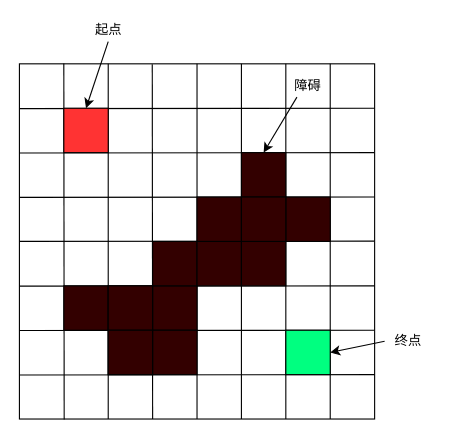
Earlier version of the draw.io diagram A星算法/寻路问题_图示1.drawio (yujiale98/draw.io). Source tidied: cells renumbered, new cells numbered last; positions are measured from the earlier drawing's top-left corner, leaving out a move shared by most shapes. Both pictures are drawn from the tidied source at 111%, with x=0, y=0 at pixel (19, 19).
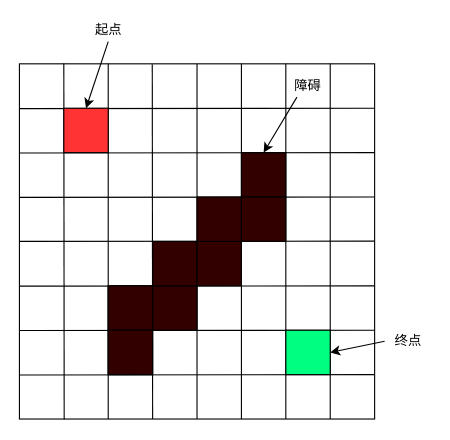
Above is the later version.

Commit message (it also covers changes not shown here):
Update 寻路问题_图示1.drawio

Change to the diagram source:
```diff
@@
-    <mxCell id="20" style="whiteSpace=wrap;html=1;glass=0;gradientColor=none;fillColor=#330000;" parent="1" vertex="1">
-      <mxGeometry x="40" y="240" width="40" height="40" as="geometry" />
-    </mxCell>
@@
-    <mxCell id="25" style="whiteSpace=wrap;html=1;glass=0;gradientColor=none;fillColor=#330000;" parent="1" vertex="1">
-      <mxGeometry x="200" y="200" width="40" height="40" as="geometry" />
-    </mxCell>
@@
-    <mxCell id="28" style="whiteSpace=wrap;html=1;glass=0;gradientColor=none;fillColor=#330000;" parent="1" vertex="1">
-      <mxGeometry x="240" y="160" width="40" height="40" as="geometry" />
-    </mxCell>
@@
-    <mxCell id="30" style="whiteSpace=wrap;html=1;glass=0;gradientColor=none;fillColor=#330000;" parent="1" vertex="1">
-      <mxGeometry x="120" y="280" width="40" height="40" as="geometry" />
-    </mxCell>
```
